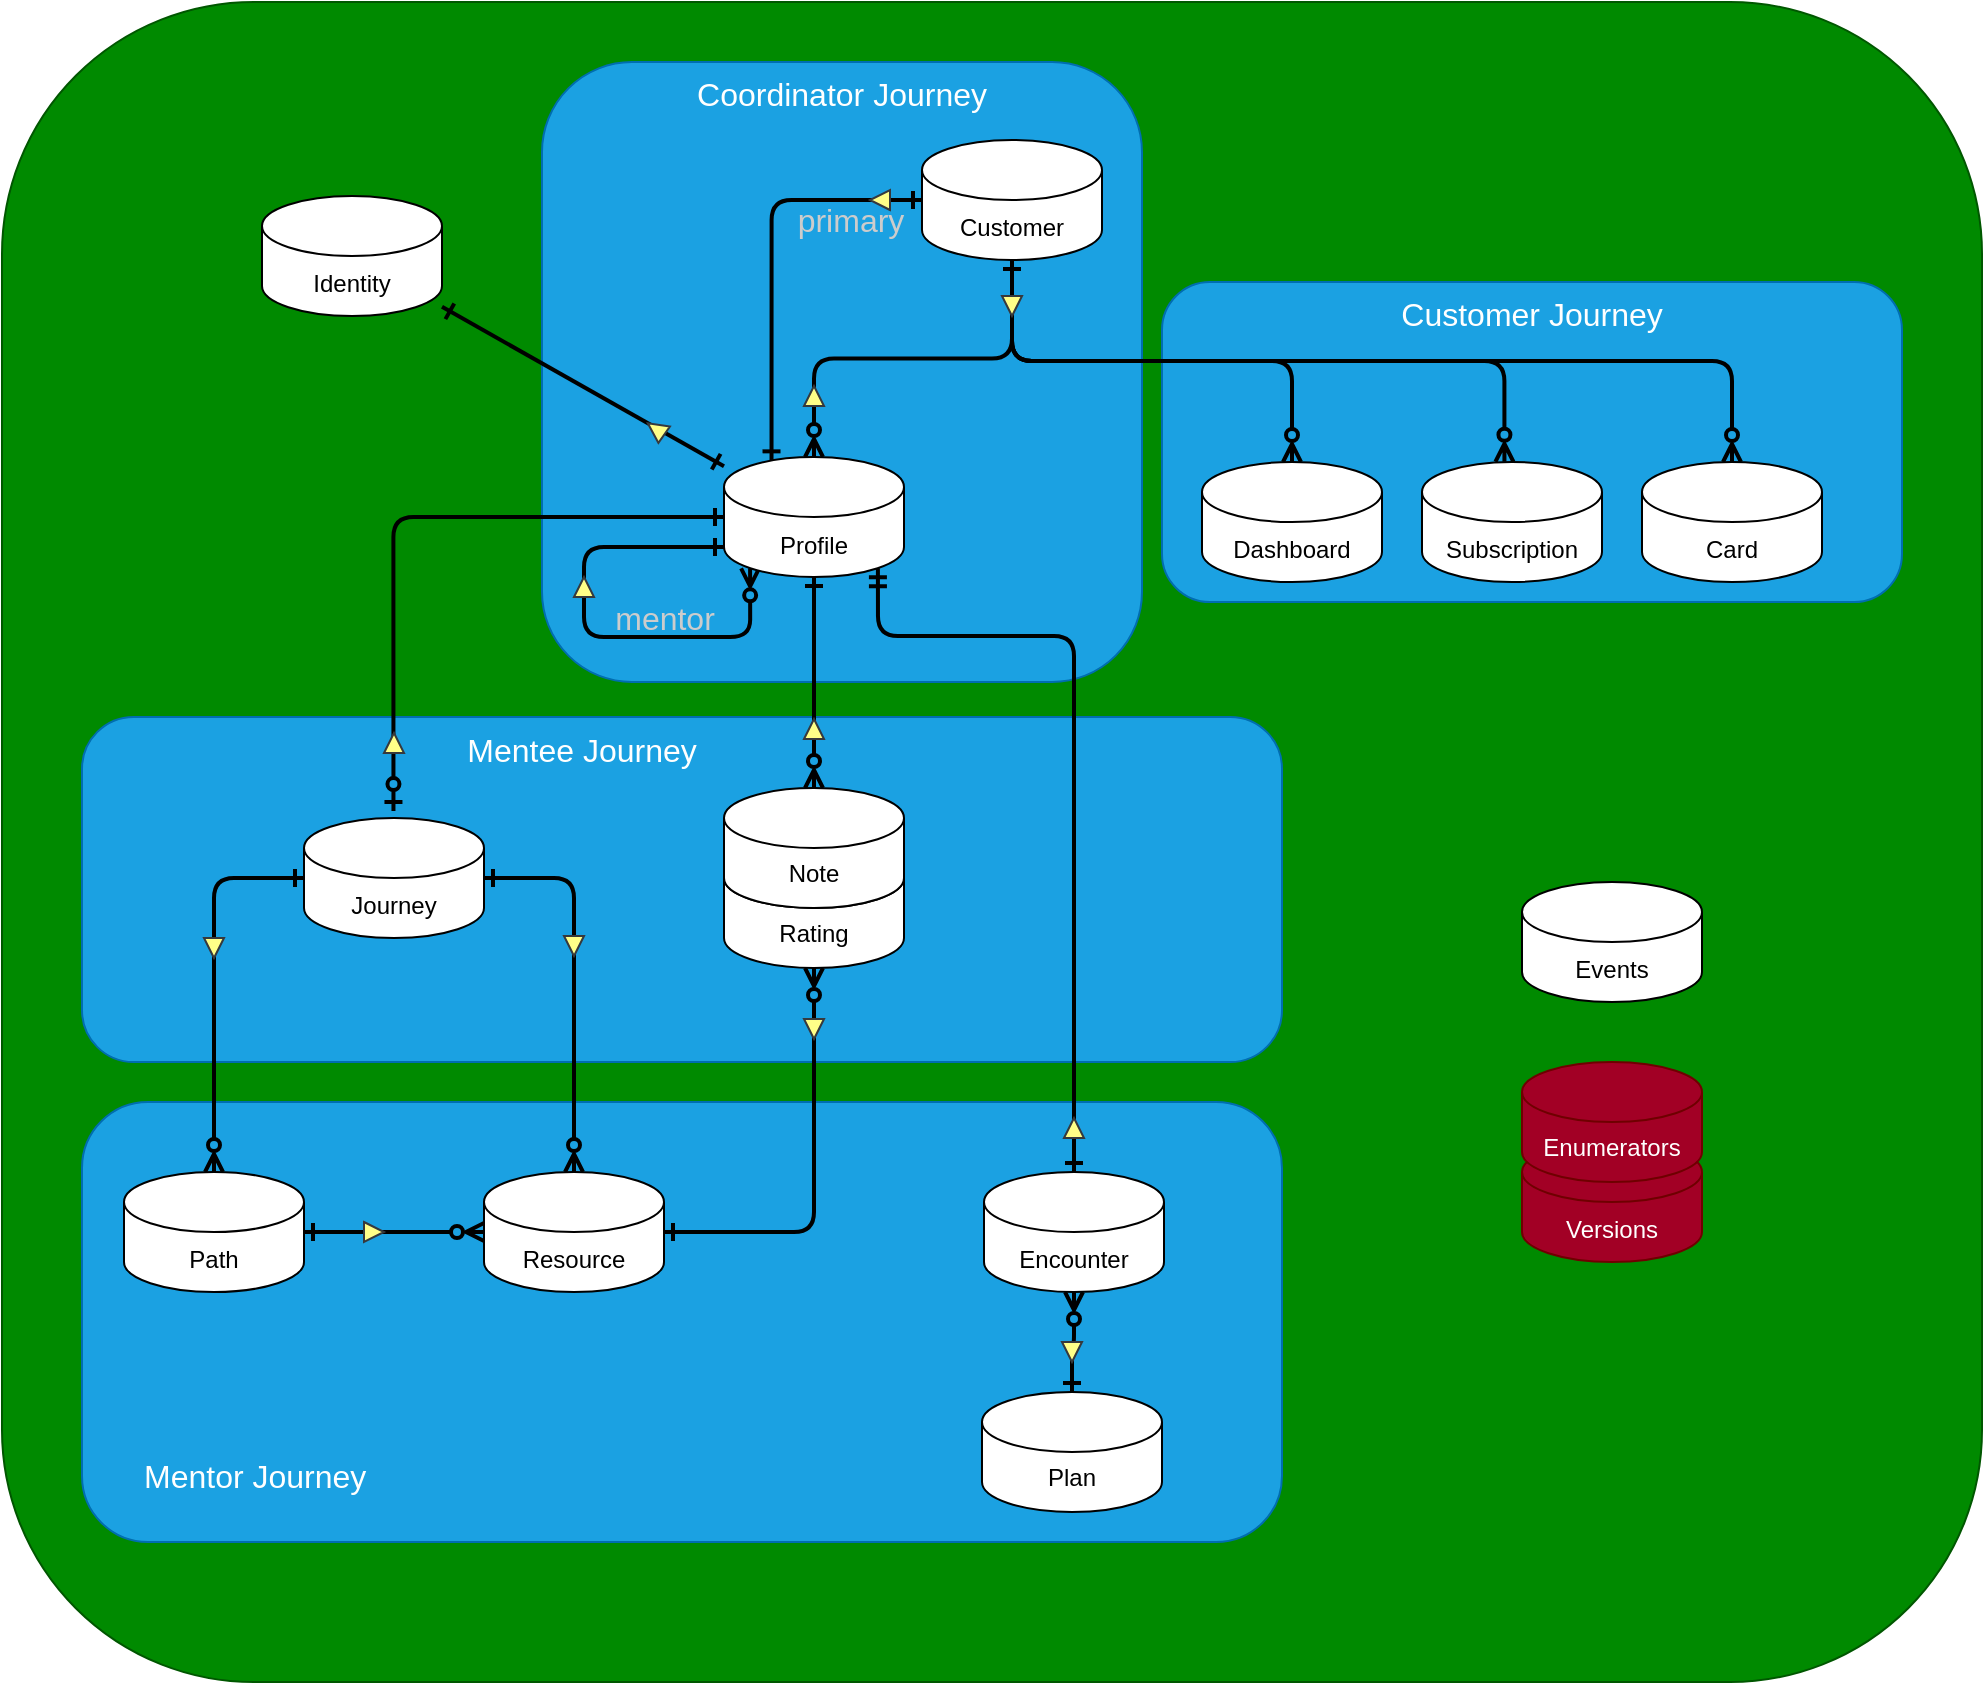
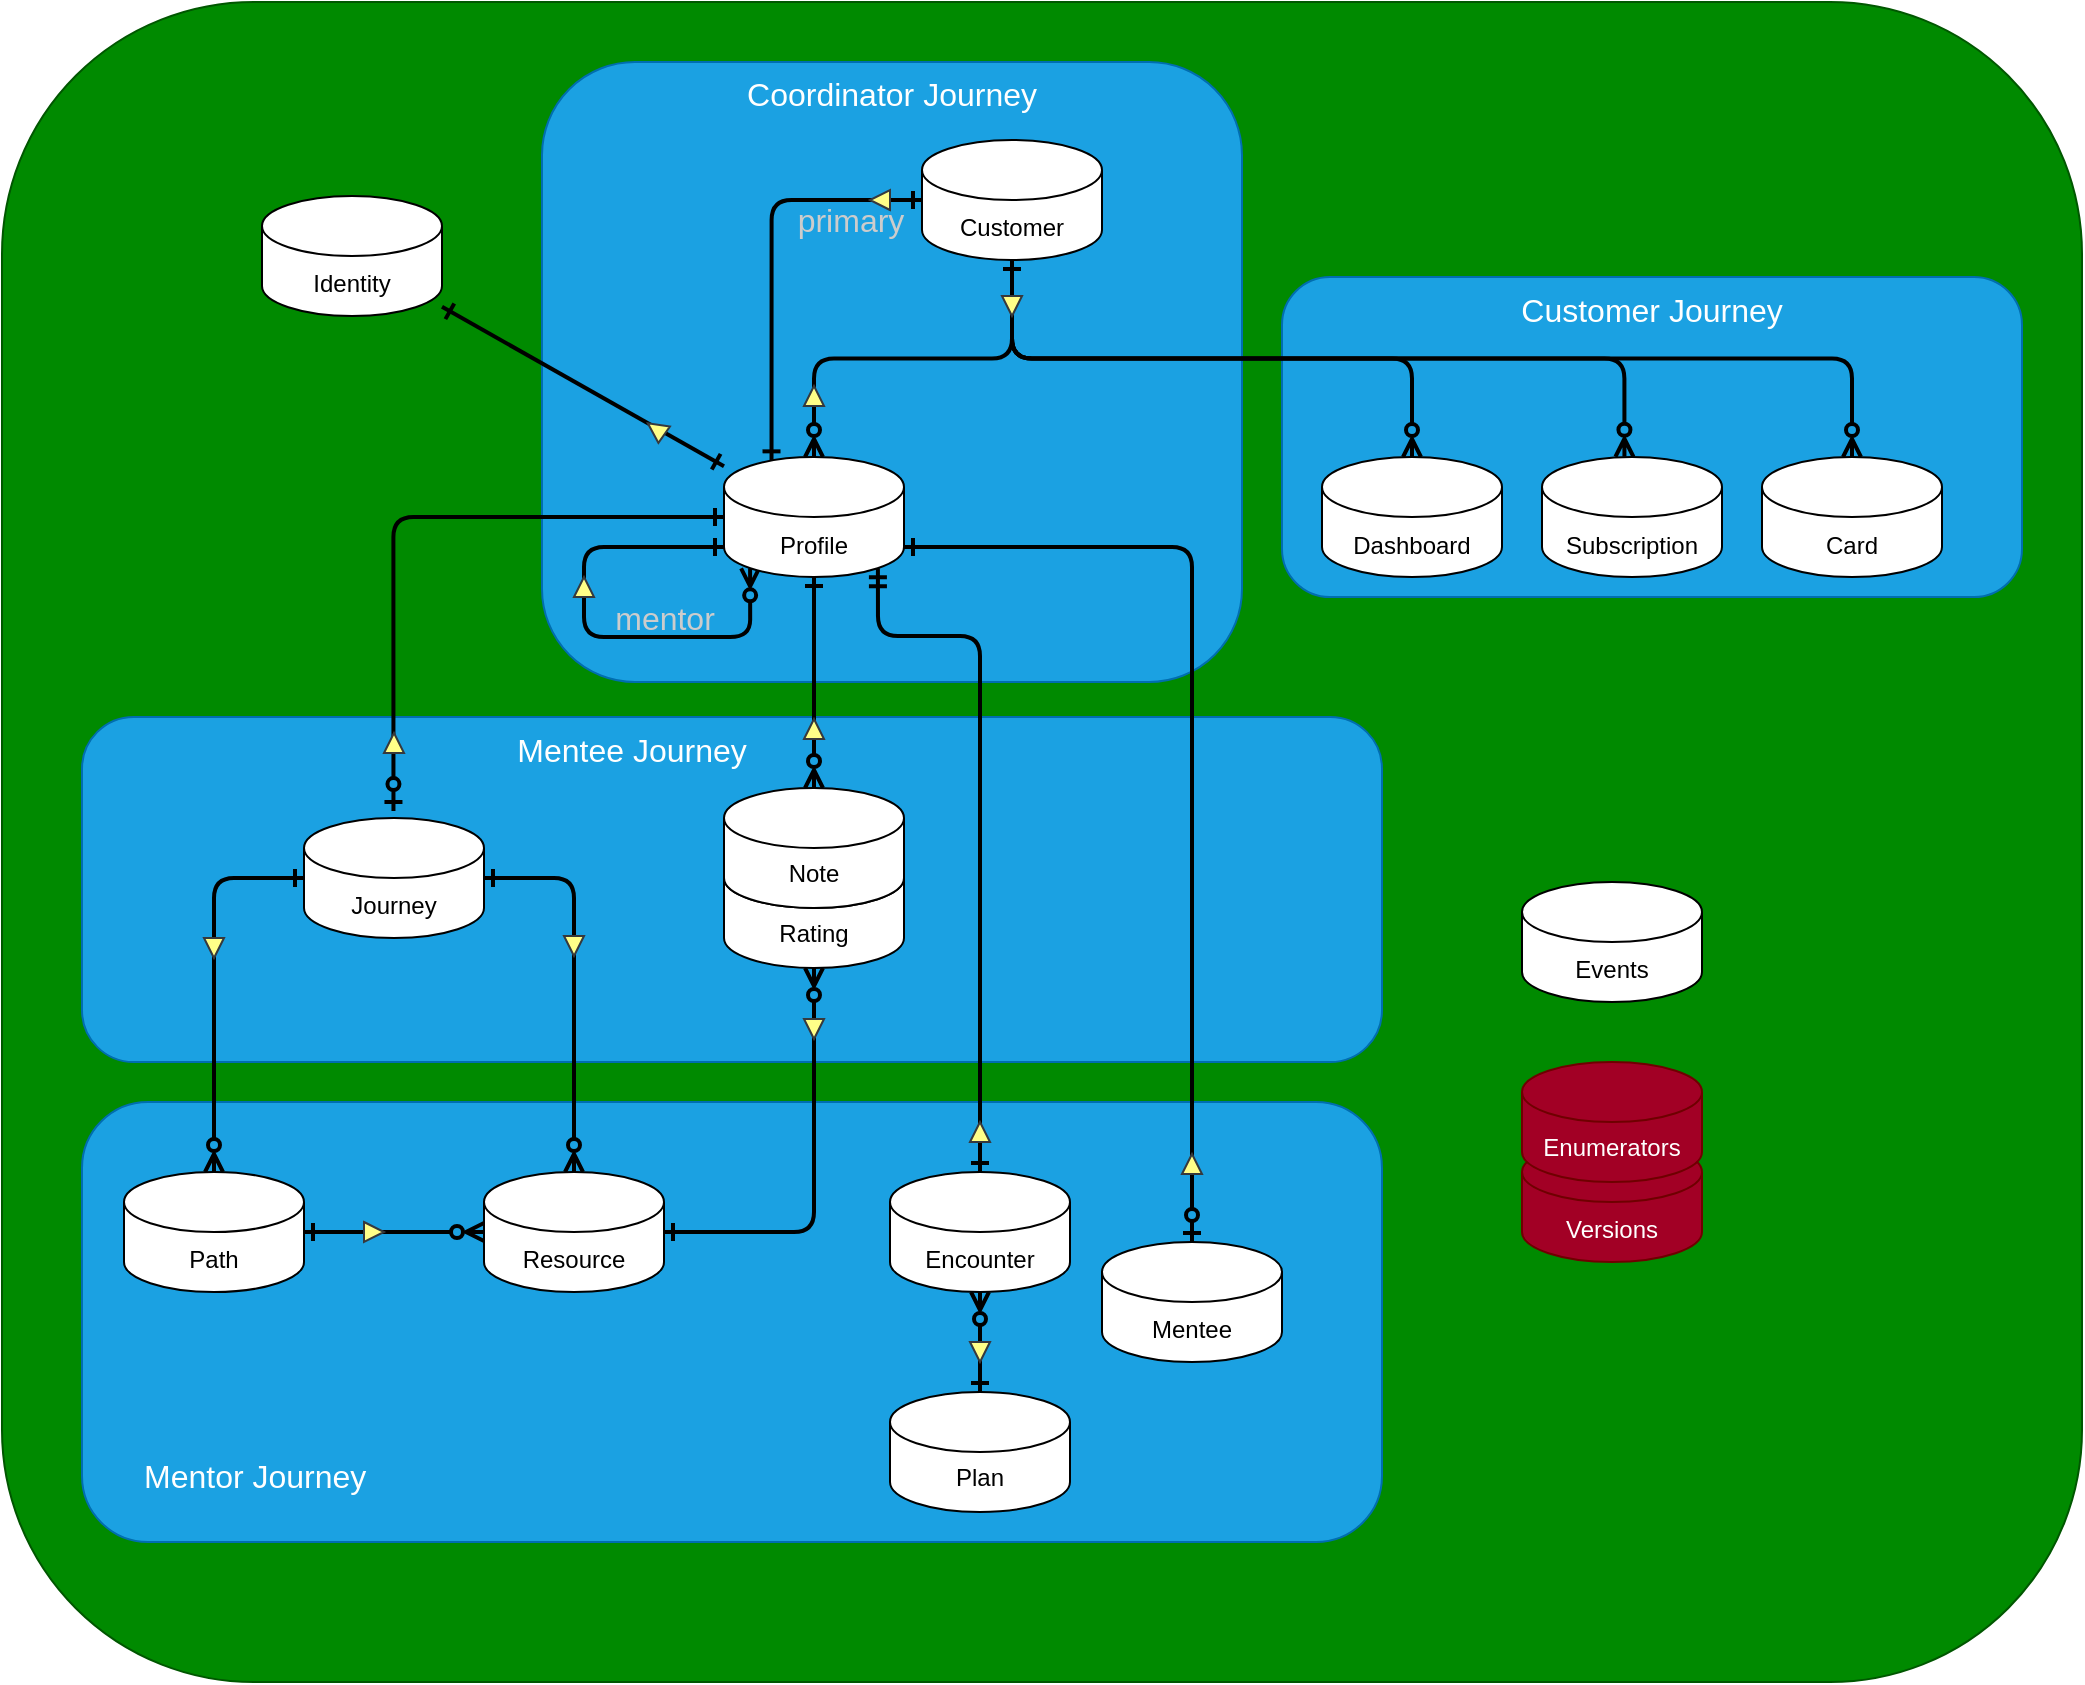
<mxfile host="65bd71144e">
    <diagram id="nsF3EkEgO6K0eGQtcs9W" name="Page-1">
-         <mxGraphModel dx="2948" dy="3243" grid="1" gridSize="10" guides="1" tooltips="1" connect="1" arrows="1" fold="1" page="1" pageScale="1" pageWidth="850" pageHeight="1100" math="0" shadow="0">
+         <mxGraphModel dx="3095" dy="3278" grid="1" gridSize="10" guides="1" tooltips="1" connect="1" arrows="1" fold="1" page="1" pageScale="1" pageWidth="850" pageHeight="1100" math="0" shadow="0">
            <root>
                <mxCell id="0"/>
                <mxCell id="1" parent="0"/>
-                 <mxCell id="32" value="" style="rounded=1;whiteSpace=wrap;html=1;fillColor=#008a00;strokeColor=#005700;fontColor=#ffffff;" vertex="1" parent="1">
-                     <mxGeometry x="-820" y="-2160" width="990" height="840" as="geometry"/>
+                 <mxCell id="32" value="" style="rounded=1;whiteSpace=wrap;html=1;fillColor=#008a00;strokeColor=#005700;fontColor=#ffffff;" parent="1" vertex="1">
+                     <mxGeometry x="-820" y="-2160" width="1040" height="840" as="geometry"/>
                </mxCell>
-                 <mxCell id="59" value="Mentor Journey" style="rounded=1;whiteSpace=wrap;html=1;fontSize=16;fillColor=#1ba1e2;strokeColor=#006EAF;fontColor=#ffffff;verticalAlign=bottom;spacingLeft=29;spacingBottom=21;align=left;" vertex="1" parent="1">
-                     <mxGeometry x="-780" y="-1610" width="600" height="220" as="geometry"/>
+                 <mxCell id="59" value="Mentor Journey" style="rounded=1;whiteSpace=wrap;html=1;fontSize=16;fillColor=#1ba1e2;strokeColor=#006EAF;fontColor=#ffffff;verticalAlign=bottom;spacingLeft=29;spacingBottom=21;align=left;" parent="1" vertex="1">
+                     <mxGeometry x="-780" y="-1610" width="650" height="220" as="geometry"/>
                </mxCell>
-                 <mxCell id="58" value="Mentee Journey" style="rounded=1;whiteSpace=wrap;html=1;fontSize=16;fillColor=#1ba1e2;strokeColor=#006EAF;fontColor=#ffffff;verticalAlign=top;spacingRight=100;" vertex="1" parent="1">
-                     <mxGeometry x="-780" y="-1802.5" width="600" height="172.5" as="geometry"/>
+                 <mxCell id="58" value="Mentee Journey" style="rounded=1;whiteSpace=wrap;html=1;fontSize=16;fillColor=#1ba1e2;strokeColor=#006EAF;fontColor=#ffffff;verticalAlign=top;spacingRight=100;" parent="1" vertex="1">
+                     <mxGeometry x="-780" y="-1802.5" width="650" height="172.5" as="geometry"/>
                </mxCell>
-                 <mxCell id="57" value="Coordinator Journey" style="rounded=1;whiteSpace=wrap;html=1;fontSize=16;fillColor=#1ba1e2;strokeColor=#006EAF;fontColor=#ffffff;verticalAlign=top;" vertex="1" parent="1">
-                     <mxGeometry x="-550" y="-2130" width="300" height="310" as="geometry"/>
+                 <mxCell id="57" value="Coordinator Journey" style="rounded=1;whiteSpace=wrap;html=1;fontSize=16;fillColor=#1ba1e2;strokeColor=#006EAF;fontColor=#ffffff;verticalAlign=top;" parent="1" vertex="1">
+                     <mxGeometry x="-550" y="-2130" width="350" height="310" as="geometry"/>
                </mxCell>
-                 <mxCell id="55" value="Customer Journey" style="rounded=1;whiteSpace=wrap;html=1;fontSize=16;fillColor=#1ba1e2;strokeColor=#006EAF;fontColor=#ffffff;verticalAlign=top;" vertex="1" parent="1">
-                     <mxGeometry x="-240" y="-2020" width="370" height="160" as="geometry"/>
+                 <mxCell id="55" value="Customer Journey" style="rounded=1;whiteSpace=wrap;html=1;fontSize=16;fillColor=#1ba1e2;strokeColor=#006EAF;fontColor=#ffffff;verticalAlign=top;" parent="1" vertex="1">
+                     <mxGeometry x="-180" y="-2022.5" width="370" height="160" as="geometry"/>
                </mxCell>
-                 <mxCell id="2" value="Dashboard" style="shape=cylinder3;whiteSpace=wrap;html=1;boundedLbl=1;backgroundOutline=1;size=15;spacingTop=3;" vertex="1" parent="1">
-                     <mxGeometry x="-220" y="-1930" width="90" height="60" as="geometry"/>
+                 <mxCell id="2" value="Dashboard" style="shape=cylinder3;whiteSpace=wrap;html=1;boundedLbl=1;backgroundOutline=1;size=15;spacingTop=3;" parent="1" vertex="1">
+                     <mxGeometry x="-160" y="-1932.5" width="90" height="60" as="geometry"/>
                </mxCell>
-                 <mxCell id="3" value="Events" style="shape=cylinder3;whiteSpace=wrap;html=1;boundedLbl=1;backgroundOutline=1;size=15;spacingTop=3;" vertex="1" parent="1">
+                 <mxCell id="3" value="Events" style="shape=cylinder3;whiteSpace=wrap;html=1;boundedLbl=1;backgroundOutline=1;size=15;spacingTop=3;" parent="1" vertex="1">
                    <mxGeometry x="-60" y="-1720" width="90" height="60" as="geometry"/>
                </mxCell>
-                 <mxCell id="21" style="edgeStyle=orthogonalEdgeStyle;html=1;exitX=0.5;exitY=1;exitDx=0;exitDy=0;exitPerimeter=0;entryX=1;entryY=0.5;entryDx=0;entryDy=0;entryPerimeter=0;strokeWidth=2;startArrow=ERzeroToMany;startFill=0;endArrow=ERone;endFill=0;" edge="1" parent="1" source="4" target="7">
+                 <mxCell id="21" style="edgeStyle=orthogonalEdgeStyle;html=1;exitX=0.5;exitY=1;exitDx=0;exitDy=0;exitPerimeter=0;entryX=1;entryY=0.5;entryDx=0;entryDy=0;entryPerimeter=0;strokeWidth=2;startArrow=ERzeroToMany;startFill=0;endArrow=ERone;endFill=0;" parent="1" source="4" target="7" edge="1">
                    <mxGeometry relative="1" as="geometry"/>
                </mxCell>
-                 <mxCell id="18" style="edgeStyle=orthogonalEdgeStyle;html=1;exitX=0;exitY=0.5;exitDx=0;exitDy=0;exitPerimeter=0;entryX=0.5;entryY=0;entryDx=0;entryDy=0;entryPerimeter=0;strokeWidth=2;startArrow=ERone;startFill=0;endArrow=ERzeroToMany;endFill=0;" edge="1" parent="1" source="6" target="8">
+                 <mxCell id="18" style="edgeStyle=orthogonalEdgeStyle;html=1;exitX=0;exitY=0.5;exitDx=0;exitDy=0;exitPerimeter=0;entryX=0.5;entryY=0;entryDx=0;entryDy=0;entryPerimeter=0;strokeWidth=2;startArrow=ERone;startFill=0;endArrow=ERzeroToMany;endFill=0;" parent="1" source="6" target="8" edge="1">
                    <mxGeometry relative="1" as="geometry"/>
                </mxCell>
-                 <mxCell id="19" style="edgeStyle=orthogonalEdgeStyle;html=1;exitX=1;exitY=0.5;exitDx=0;exitDy=0;exitPerimeter=0;entryX=0.5;entryY=0;entryDx=0;entryDy=0;entryPerimeter=0;strokeWidth=2;startArrow=ERone;startFill=0;endArrow=ERzeroToMany;endFill=0;" edge="1" parent="1" source="6" target="7">
+                 <mxCell id="19" style="edgeStyle=orthogonalEdgeStyle;html=1;exitX=1;exitY=0.5;exitDx=0;exitDy=0;exitPerimeter=0;entryX=0.5;entryY=0;entryDx=0;entryDy=0;entryPerimeter=0;strokeWidth=2;startArrow=ERone;startFill=0;endArrow=ERzeroToMany;endFill=0;" parent="1" source="6" target="7" edge="1">
                    <mxGeometry relative="1" as="geometry"/>
                </mxCell>
-                 <mxCell id="6" value="Journey" style="shape=cylinder3;whiteSpace=wrap;html=1;boundedLbl=1;backgroundOutline=1;size=15;spacingTop=3;" vertex="1" parent="1">
+                 <mxCell id="6" value="Journey" style="shape=cylinder3;whiteSpace=wrap;html=1;boundedLbl=1;backgroundOutline=1;size=15;spacingTop=3;" parent="1" vertex="1">
                    <mxGeometry x="-669" y="-1752" width="90" height="60" as="geometry"/>
                </mxCell>
-                 <mxCell id="7" value="Resource" style="shape=cylinder3;whiteSpace=wrap;html=1;boundedLbl=1;backgroundOutline=1;size=15;spacingTop=3;" vertex="1" parent="1">
+                 <mxCell id="7" value="Resource" style="shape=cylinder3;whiteSpace=wrap;html=1;boundedLbl=1;backgroundOutline=1;size=15;spacingTop=3;" parent="1" vertex="1">
                    <mxGeometry x="-579" y="-1575" width="90" height="60" as="geometry"/>
                </mxCell>
-                 <mxCell id="50" style="edgeStyle=orthogonalEdgeStyle;html=1;exitX=1;exitY=0.5;exitDx=0;exitDy=0;exitPerimeter=0;entryX=0;entryY=0.5;entryDx=0;entryDy=0;entryPerimeter=0;labelBackgroundColor=none;strokeWidth=2;fontSize=16;startArrow=ERone;startFill=0;endArrow=ERzeroToMany;endFill=0;" edge="1" parent="1" source="8" target="7">
+                 <mxCell id="50" style="edgeStyle=orthogonalEdgeStyle;html=1;exitX=1;exitY=0.5;exitDx=0;exitDy=0;exitPerimeter=0;entryX=0;entryY=0.5;entryDx=0;entryDy=0;entryPerimeter=0;labelBackgroundColor=none;strokeWidth=2;fontSize=16;startArrow=ERone;startFill=0;endArrow=ERzeroToMany;endFill=0;" parent="1" source="8" target="7" edge="1">
                    <mxGeometry relative="1" as="geometry"/>
                </mxCell>
-                 <mxCell id="8" value="Path" style="shape=cylinder3;whiteSpace=wrap;html=1;boundedLbl=1;backgroundOutline=1;size=15;spacingTop=3;" vertex="1" parent="1">
+                 <mxCell id="8" value="Path" style="shape=cylinder3;whiteSpace=wrap;html=1;boundedLbl=1;backgroundOutline=1;size=15;spacingTop=3;" parent="1" vertex="1">
                    <mxGeometry x="-759" y="-1575" width="90" height="60" as="geometry"/>
                </mxCell>
-                 <mxCell id="9" value="Card" style="shape=cylinder3;whiteSpace=wrap;html=1;boundedLbl=1;backgroundOutline=1;size=15;spacingTop=3;" vertex="1" parent="1">
-                     <mxGeometry y="-1930" width="90" height="60" as="geometry"/>
+                 <mxCell id="9" value="Card" style="shape=cylinder3;whiteSpace=wrap;html=1;boundedLbl=1;backgroundOutline=1;size=15;spacingTop=3;" parent="1" vertex="1">
+                     <mxGeometry x="60" y="-1932.5" width="90" height="60" as="geometry"/>
                </mxCell>
-                 <mxCell id="17" value="" style="edgeStyle=none;html=1;endArrow=ERone;endFill=0;startArrow=ERone;startFill=0;strokeWidth=2;" edge="1" parent="1" source="10" target="11">
+                 <mxCell id="17" value="" style="edgeStyle=none;html=1;endArrow=ERone;endFill=0;startArrow=ERone;startFill=0;strokeWidth=2;" parent="1" source="10" target="11" edge="1">
                    <mxGeometry relative="1" as="geometry"/>
                </mxCell>
-                 <mxCell id="10" value="Identity" style="shape=cylinder3;whiteSpace=wrap;html=1;boundedLbl=1;backgroundOutline=1;size=15;gradientColor=none;fillColor=default;spacingTop=3;" vertex="1" parent="1">
+                 <mxCell id="10" value="Identity" style="shape=cylinder3;whiteSpace=wrap;html=1;boundedLbl=1;backgroundOutline=1;size=15;gradientColor=none;fillColor=default;spacingTop=3;" parent="1" vertex="1">
                    <mxGeometry x="-690" y="-2063" width="90" height="60" as="geometry"/>
                </mxCell>
-                 <mxCell id="20" style="edgeStyle=orthogonalEdgeStyle;html=1;exitX=0;exitY=0.5;exitDx=0;exitDy=0;exitPerimeter=0;entryX=0.497;entryY=-0.058;entryDx=0;entryDy=0;entryPerimeter=0;strokeWidth=2;startArrow=ERone;startFill=0;endArrow=ERzeroToOne;endFill=0;" edge="1" parent="1" source="11" target="6">
+                 <mxCell id="20" style="edgeStyle=orthogonalEdgeStyle;html=1;exitX=0;exitY=0.5;exitDx=0;exitDy=0;exitPerimeter=0;entryX=0.497;entryY=-0.058;entryDx=0;entryDy=0;entryPerimeter=0;strokeWidth=2;startArrow=ERone;startFill=0;endArrow=ERzeroToOne;endFill=0;" parent="1" source="11" target="6" edge="1">
                    <mxGeometry relative="1" as="geometry"/>
                </mxCell>
-                 <mxCell id="22" style="edgeStyle=orthogonalEdgeStyle;html=1;exitX=0.5;exitY=1;exitDx=0;exitDy=0;exitPerimeter=0;entryX=0.5;entryY=0;entryDx=0;entryDy=0;entryPerimeter=0;strokeWidth=2;startArrow=ERone;startFill=0;endArrow=ERzeroToMany;endFill=0;" edge="1" parent="1" source="11" target="5">
+                 <mxCell id="22" style="edgeStyle=orthogonalEdgeStyle;html=1;exitX=0.5;exitY=1;exitDx=0;exitDy=0;exitPerimeter=0;entryX=0.5;entryY=0;entryDx=0;entryDy=0;entryPerimeter=0;strokeWidth=2;startArrow=ERone;startFill=0;endArrow=ERzeroToMany;endFill=0;" parent="1" source="11" target="5" edge="1">
                    <mxGeometry relative="1" as="geometry">
                        <mxPoint x="-404" y="-1852.5" as="sourcePoint"/>
                    </mxGeometry>
                </mxCell>
-                 <mxCell id="23" style="edgeStyle=orthogonalEdgeStyle;html=1;exitX=0.5;exitY=0;exitDx=0;exitDy=0;exitPerimeter=0;strokeWidth=2;startArrow=ERzeroToMany;startFill=0;endArrow=ERone;endFill=0;" edge="1" parent="1" source="11" target="15">
+                 <mxCell id="23" style="edgeStyle=orthogonalEdgeStyle;html=1;exitX=0.5;exitY=0;exitDx=0;exitDy=0;exitPerimeter=0;strokeWidth=2;startArrow=ERzeroToMany;startFill=0;endArrow=ERone;endFill=0;" parent="1" source="11" target="15" edge="1">
                    <mxGeometry relative="1" as="geometry"/>
                </mxCell>
-                 <mxCell id="34" value="mentor" style="edgeStyle=orthogonalEdgeStyle;html=1;labelBackgroundColor=none;strokeWidth=2;fontSize=16;startArrow=ERzeroToMany;startFill=0;endArrow=ERone;endFill=0;entryX=0;entryY=1;entryDx=0;entryDy=-15;entryPerimeter=0;exitX=0.145;exitY=1;exitDx=0;exitDy=-4.35;exitPerimeter=0;fontColor=#CCCCCC;" edge="1" parent="1" source="11" target="11">
+                 <mxCell id="34" value="mentor" style="edgeStyle=orthogonalEdgeStyle;html=1;labelBackgroundColor=none;strokeWidth=2;fontSize=16;startArrow=ERzeroToMany;startFill=0;endArrow=ERone;endFill=0;entryX=0;entryY=1;entryDx=0;entryDy=-15;entryPerimeter=0;exitX=0.145;exitY=1;exitDx=0;exitDy=-4.35;exitPerimeter=0;fontColor=#CCCCCC;" parent="1" source="11" target="11" edge="1">
                    <mxGeometry x="-0.3335" y="-10" relative="1" as="geometry">
                        <mxPoint x="-489" y="-1872.5" as="sourcePoint"/>
                        <Array as="points">
                            <mxPoint x="-446" y="-1842.5"/>
                            <mxPoint x="-529" y="-1842.5"/>
                            <mxPoint x="-529" y="-1887.5"/>
                        </Array>
                        <mxPoint as="offset"/>
                    </mxGeometry>
                </mxCell>
-                 <mxCell id="11" value="Profile" style="shape=cylinder3;whiteSpace=wrap;html=1;boundedLbl=1;backgroundOutline=1;size=15;spacingTop=3;" vertex="1" parent="1">
+                 <mxCell id="11" value="Profile" style="shape=cylinder3;whiteSpace=wrap;html=1;boundedLbl=1;backgroundOutline=1;size=15;spacingTop=3;" parent="1" vertex="1">
                    <mxGeometry x="-459" y="-1932.5" width="90" height="60" as="geometry"/>
                </mxCell>
-                 <mxCell id="12" value="Encounter" style="shape=cylinder3;whiteSpace=wrap;html=1;boundedLbl=1;backgroundOutline=1;size=15;spacingTop=3;" vertex="1" parent="1">
-                     <mxGeometry x="-329" y="-1575" width="90" height="60" as="geometry"/>
+                 <mxCell id="12" value="Encounter" style="shape=cylinder3;whiteSpace=wrap;html=1;boundedLbl=1;backgroundOutline=1;size=15;spacingTop=3;" parent="1" vertex="1">
+                     <mxGeometry x="-376" y="-1575" width="90" height="60" as="geometry"/>
                </mxCell>
-                 <mxCell id="30" style="edgeStyle=orthogonalEdgeStyle;html=1;exitX=0.5;exitY=0;exitDx=0;exitDy=0;exitPerimeter=0;entryX=0.5;entryY=1;entryDx=0;entryDy=0;entryPerimeter=0;strokeWidth=2;startArrow=ERone;startFill=0;endArrow=ERzeroToMany;endFill=0;" edge="1" parent="1" source="13" target="12">
+                 <mxCell id="30" style="edgeStyle=orthogonalEdgeStyle;html=1;exitX=0.5;exitY=0;exitDx=0;exitDy=0;exitPerimeter=0;entryX=0.5;entryY=1;entryDx=0;entryDy=0;entryPerimeter=0;strokeWidth=2;startArrow=ERone;startFill=0;endArrow=ERzeroToMany;endFill=0;" parent="1" source="13" target="12" edge="1">
                    <mxGeometry relative="1" as="geometry"/>
                </mxCell>
-                 <mxCell id="13" value="Plan" style="shape=cylinder3;whiteSpace=wrap;html=1;boundedLbl=1;backgroundOutline=1;size=15;" vertex="1" parent="1">
-                     <mxGeometry x="-330" y="-1465" width="90" height="60" as="geometry"/>
+                 <mxCell id="13" value="Plan" style="shape=cylinder3;whiteSpace=wrap;html=1;boundedLbl=1;backgroundOutline=1;size=15;" parent="1" vertex="1">
+                     <mxGeometry x="-376" y="-1465" width="90" height="60" as="geometry"/>
                </mxCell>
-                 <mxCell id="14" value="Subscription" style="shape=cylinder3;whiteSpace=wrap;html=1;boundedLbl=1;backgroundOutline=1;size=15;spacingTop=3;" vertex="1" parent="1">
-                     <mxGeometry x="-110" y="-1930" width="90" height="60" as="geometry"/>
+                 <mxCell id="14" value="Subscription" style="shape=cylinder3;whiteSpace=wrap;html=1;boundedLbl=1;backgroundOutline=1;size=15;spacingTop=3;" parent="1" vertex="1">
+                     <mxGeometry x="-50" y="-1932.5" width="90" height="60" as="geometry"/>
                </mxCell>
-                 <mxCell id="24" style="edgeStyle=orthogonalEdgeStyle;html=1;exitX=0.5;exitY=1;exitDx=0;exitDy=0;exitPerimeter=0;entryX=0.5;entryY=0;entryDx=0;entryDy=0;entryPerimeter=0;strokeWidth=2;startArrow=ERone;startFill=0;endArrow=ERzeroToMany;endFill=0;" edge="1" parent="1" source="15" target="2">
+                 <mxCell id="24" style="edgeStyle=orthogonalEdgeStyle;html=1;exitX=0.5;exitY=1;exitDx=0;exitDy=0;exitPerimeter=0;entryX=0.5;entryY=0;entryDx=0;entryDy=0;entryPerimeter=0;strokeWidth=2;startArrow=ERone;startFill=0;endArrow=ERzeroToMany;endFill=0;" parent="1" source="15" target="2" edge="1">
                    <mxGeometry relative="1" as="geometry"/>
                </mxCell>
-                 <mxCell id="25" style="edgeStyle=orthogonalEdgeStyle;html=1;entryX=0.458;entryY=-0.002;entryDx=0;entryDy=0;entryPerimeter=0;strokeWidth=2;startArrow=ERone;startFill=0;endArrow=ERzeroToMany;endFill=0;exitX=0.5;exitY=1;exitDx=0;exitDy=0;exitPerimeter=0;" edge="1" parent="1" source="15" target="14">
+                 <mxCell id="25" style="edgeStyle=orthogonalEdgeStyle;html=1;entryX=0.458;entryY=-0.002;entryDx=0;entryDy=0;entryPerimeter=0;strokeWidth=2;startArrow=ERone;startFill=0;endArrow=ERzeroToMany;endFill=0;exitX=0.5;exitY=1;exitDx=0;exitDy=0;exitPerimeter=0;" parent="1" source="15" target="14" edge="1">
                    <mxGeometry relative="1" as="geometry">
                        <mxPoint x="-250" y="-2010" as="sourcePoint"/>
                    </mxGeometry>
                </mxCell>
-                 <mxCell id="26" value="" style="edgeStyle=orthogonalEdgeStyle;html=1;exitX=0.5;exitY=1;exitDx=0;exitDy=0;exitPerimeter=0;entryX=0.5;entryY=0;entryDx=0;entryDy=0;entryPerimeter=0;strokeWidth=2;startArrow=ERone;startFill=0;endArrow=ERzeroToMany;endFill=0;fontSize=32;labelBackgroundColor=none;" edge="1" parent="1" source="15" target="9">
+                 <mxCell id="26" value="" style="edgeStyle=orthogonalEdgeStyle;html=1;exitX=0.5;exitY=1;exitDx=0;exitDy=0;exitPerimeter=0;entryX=0.5;entryY=0;entryDx=0;entryDy=0;entryPerimeter=0;strokeWidth=2;startArrow=ERone;startFill=0;endArrow=ERzeroToMany;endFill=0;fontSize=32;labelBackgroundColor=none;" parent="1" source="15" target="9" edge="1">
                    <mxGeometry relative="1" as="geometry"/>
                </mxCell>
-                 <mxCell id="33" value="&lt;span style=&quot;font-size: 16px;&quot;&gt;primary&lt;/span&gt;" style="edgeStyle=orthogonalEdgeStyle;html=1;exitX=0;exitY=0.5;exitDx=0;exitDy=0;exitPerimeter=0;labelBackgroundColor=none;strokeWidth=2;fontSize=32;startArrow=ERone;startFill=0;endArrow=ERone;endFill=0;entryX=0.264;entryY=0.028;entryDx=0;entryDy=0;entryPerimeter=0;spacingTop=9;fontColor=#CCCCCC;" edge="1" parent="1" source="15" target="11">
+                 <mxCell id="33" value="&lt;span style=&quot;font-size: 16px;&quot;&gt;primary&lt;/span&gt;" style="edgeStyle=orthogonalEdgeStyle;html=1;exitX=0;exitY=0.5;exitDx=0;exitDy=0;exitPerimeter=0;labelBackgroundColor=none;strokeWidth=2;fontSize=32;startArrow=ERone;startFill=0;endArrow=ERone;endFill=0;entryX=0.264;entryY=0.028;entryDx=0;entryDy=0;entryPerimeter=0;spacingTop=9;fontColor=#CCCCCC;" parent="1" source="15" target="11" edge="1">
                    <mxGeometry x="-0.6489" relative="1" as="geometry">
                        <Array as="points"/>
                        <mxPoint as="offset"/>
                    </mxGeometry>
                </mxCell>
-                 <mxCell id="15" value="Customer" style="shape=cylinder3;whiteSpace=wrap;html=1;boundedLbl=1;backgroundOutline=1;size=15;spacingTop=3;" vertex="1" parent="1">
+                 <mxCell id="15" value="Customer" style="shape=cylinder3;whiteSpace=wrap;html=1;boundedLbl=1;backgroundOutline=1;size=15;spacingTop=3;" parent="1" vertex="1">
                    <mxGeometry x="-360" y="-2091" width="90" height="60" as="geometry"/>
                </mxCell>
-                 <mxCell id="27" value="" style="group;spacingTop=3;" vertex="1" connectable="0" parent="1">
+                 <mxCell id="27" value="" style="group;spacingTop=3;" parent="1" vertex="1" connectable="0">
                    <mxGeometry x="-459" y="-1767" width="90" height="90" as="geometry"/>
                </mxCell>
-                 <mxCell id="4" value="Rating" style="shape=cylinder3;whiteSpace=wrap;html=1;boundedLbl=1;backgroundOutline=1;size=15;" vertex="1" parent="27">
+                 <mxCell id="4" value="Rating" style="shape=cylinder3;whiteSpace=wrap;html=1;boundedLbl=1;backgroundOutline=1;size=15;" parent="27" vertex="1">
                    <mxGeometry y="30" width="90" height="60" as="geometry"/>
                </mxCell>
-                 <mxCell id="5" value="Note" style="shape=cylinder3;whiteSpace=wrap;html=1;boundedLbl=1;backgroundOutline=1;size=15;" vertex="1" parent="27">
+                 <mxCell id="5" value="Note" style="shape=cylinder3;whiteSpace=wrap;html=1;boundedLbl=1;backgroundOutline=1;size=15;" parent="27" vertex="1">
                    <mxGeometry width="90" height="60" as="geometry"/>
                </mxCell>
-                 <mxCell id="35" value="Versions" style="shape=cylinder3;whiteSpace=wrap;html=1;boundedLbl=1;backgroundOutline=1;size=15;fillColor=#a20025;strokeColor=#6F0000;fontColor=#ffffff;spacingTop=3;" vertex="1" parent="1">
+                 <mxCell id="35" value="Versions" style="shape=cylinder3;whiteSpace=wrap;html=1;boundedLbl=1;backgroundOutline=1;size=15;fillColor=#a20025;strokeColor=#6F0000;fontColor=#ffffff;spacingTop=3;" parent="1" vertex="1">
                    <mxGeometry x="-60" y="-1590" width="90" height="60" as="geometry"/>
                </mxCell>
-                 <mxCell id="36" value="Enumerators" style="shape=cylinder3;whiteSpace=wrap;html=1;boundedLbl=1;backgroundOutline=1;size=15;fillColor=#a20025;strokeColor=#6F0000;fontColor=#ffffff;" vertex="1" parent="1">
+                 <mxCell id="36" value="Enumerators" style="shape=cylinder3;whiteSpace=wrap;html=1;boundedLbl=1;backgroundOutline=1;size=15;fillColor=#a20025;strokeColor=#6F0000;fontColor=#ffffff;" parent="1" vertex="1">
                    <mxGeometry x="-60" y="-1630" width="90" height="60" as="geometry"/>
                </mxCell>
-                 <mxCell id="37" value="" style="triangle;whiteSpace=wrap;html=1;fontSize=16;fillColor=#ffff88;strokeColor=#36393d;rotation=-180;points=[];" vertex="1" parent="1">
+                 <mxCell id="37" value="" style="triangle;whiteSpace=wrap;html=1;fontSize=16;fillColor=#ffff88;strokeColor=#36393d;rotation=-180;points=[];" parent="1" vertex="1">
                    <mxGeometry x="-386" y="-2066" width="10" height="10" as="geometry"/>
                </mxCell>
-                 <mxCell id="42" value="" style="triangle;whiteSpace=wrap;html=1;fontSize=16;fillColor=#ffff88;strokeColor=#36393d;rotation=90;points=[];" vertex="1" parent="1">
+                 <mxCell id="42" value="" style="triangle;whiteSpace=wrap;html=1;fontSize=16;fillColor=#ffff88;strokeColor=#36393d;rotation=90;points=[];" parent="1" vertex="1">
                    <mxGeometry x="-320" y="-2013" width="10" height="10" as="geometry"/>
                </mxCell>
-                 <mxCell id="45" value="" style="triangle;whiteSpace=wrap;html=1;fontSize=16;fillColor=#ffff88;strokeColor=#36393d;rotation=-90;points=[];" vertex="1" parent="1">
+                 <mxCell id="45" value="" style="triangle;whiteSpace=wrap;html=1;fontSize=16;fillColor=#ffff88;strokeColor=#36393d;rotation=-90;points=[];" parent="1" vertex="1">
                    <mxGeometry x="-419" y="-1801.5" width="10" height="10" as="geometry"/>
                </mxCell>
-                 <mxCell id="46" value="" style="triangle;whiteSpace=wrap;html=1;fontSize=16;fillColor=#ffff88;strokeColor=#36393d;rotation=90;points=[];" vertex="1" parent="1">
+                 <mxCell id="46" value="" style="triangle;whiteSpace=wrap;html=1;fontSize=16;fillColor=#ffff88;strokeColor=#36393d;rotation=90;points=[];" parent="1" vertex="1">
                    <mxGeometry x="-419" y="-1651.5" width="10" height="10" as="geometry"/>
                </mxCell>
-                 <mxCell id="47" value="" style="triangle;whiteSpace=wrap;html=1;fontSize=16;fillColor=#ffff88;strokeColor=#36393d;rotation=90;points=[];" vertex="1" parent="1">
-                     <mxGeometry x="-290" y="-1490" width="10" height="10" as="geometry"/>
+                 <mxCell id="47" value="" style="triangle;whiteSpace=wrap;html=1;fontSize=16;fillColor=#ffff88;strokeColor=#36393d;rotation=90;points=[];" parent="1" vertex="1">
+                     <mxGeometry x="-336" y="-1490" width="10" height="10" as="geometry"/>
                </mxCell>
-                 <mxCell id="48" value="" style="triangle;whiteSpace=wrap;html=1;fontSize=16;fillColor=#ffff88;strokeColor=#36393d;rotation=90;points=[];" vertex="1" parent="1">
+                 <mxCell id="48" value="" style="triangle;whiteSpace=wrap;html=1;fontSize=16;fillColor=#ffff88;strokeColor=#36393d;rotation=90;points=[];" parent="1" vertex="1">
                    <mxGeometry x="-539" y="-1693" width="10" height="10" as="geometry"/>
                </mxCell>
-                 <mxCell id="49" value="" style="triangle;whiteSpace=wrap;html=1;fontSize=16;fillColor=#ffff88;strokeColor=#36393d;rotation=90;points=[];" vertex="1" parent="1">
+                 <mxCell id="49" value="" style="triangle;whiteSpace=wrap;html=1;fontSize=16;fillColor=#ffff88;strokeColor=#36393d;rotation=90;points=[];" parent="1" vertex="1">
                    <mxGeometry x="-719" y="-1692" width="10" height="10" as="geometry"/>
                </mxCell>
-                 <mxCell id="51" value="" style="triangle;whiteSpace=wrap;html=1;fontSize=16;fillColor=#ffff88;strokeColor=#36393d;rotation=0;points=[];" vertex="1" parent="1">
+                 <mxCell id="51" value="" style="triangle;whiteSpace=wrap;html=1;fontSize=16;fillColor=#ffff88;strokeColor=#36393d;rotation=0;points=[];" parent="1" vertex="1">
                    <mxGeometry x="-639" y="-1550" width="10" height="10" as="geometry"/>
                </mxCell>
-                 <mxCell id="52" value="" style="triangle;whiteSpace=wrap;html=1;fontSize=16;fillColor=#ffff88;strokeColor=#36393d;rotation=-90;points=[];" vertex="1" parent="1">
+                 <mxCell id="52" value="" style="triangle;whiteSpace=wrap;html=1;fontSize=16;fillColor=#ffff88;strokeColor=#36393d;rotation=-90;points=[];" parent="1" vertex="1">
                    <mxGeometry x="-629" y="-1794.5" width="10" height="10" as="geometry"/>
                </mxCell>
-                 <mxCell id="53" value="" style="triangle;whiteSpace=wrap;html=1;fontSize=16;fillColor=#ffff88;strokeColor=#36393d;rotation=-90;points=[];" vertex="1" parent="1">
+                 <mxCell id="53" value="" style="triangle;whiteSpace=wrap;html=1;fontSize=16;fillColor=#ffff88;strokeColor=#36393d;rotation=-90;points=[];" parent="1" vertex="1">
                    <mxGeometry x="-534" y="-1872.5" width="10" height="10" as="geometry"/>
                </mxCell>
-                 <mxCell id="54" value="" style="triangle;whiteSpace=wrap;html=1;fontSize=16;fillColor=#ffff88;strokeColor=#36393d;rotation=-145;points=[];" vertex="1" parent="1">
+                 <mxCell id="54" value="" style="triangle;whiteSpace=wrap;html=1;fontSize=16;fillColor=#ffff88;strokeColor=#36393d;rotation=-145;points=[];" parent="1" vertex="1">
                    <mxGeometry x="-498" y="-1951.5" width="10" height="10" as="geometry"/>
                </mxCell>
-                 <mxCell id="31" style="edgeStyle=orthogonalEdgeStyle;html=1;exitX=0.855;exitY=1;exitDx=0;exitDy=-4.35;exitPerimeter=0;entryX=0.5;entryY=0;entryDx=0;entryDy=0;entryPerimeter=0;strokeWidth=2;startArrow=ERmandOne;startFill=0;endArrow=ERone;endFill=0;" edge="1" parent="1" source="11" target="12">
+                 <mxCell id="31" style="edgeStyle=orthogonalEdgeStyle;html=1;entryX=0.5;entryY=0;entryDx=0;entryDy=0;entryPerimeter=0;strokeWidth=2;startArrow=ERmandOne;startFill=0;endArrow=ERone;endFill=0;exitX=0.855;exitY=1;exitDx=0;exitDy=-4.35;exitPerimeter=0;" parent="1" source="11" target="12" edge="1">
                    <mxGeometry relative="1" as="geometry">
                        <Array as="points">
                            <mxPoint x="-382" y="-1843"/>
-                             <mxPoint x="-284" y="-1843"/>
+                             <mxPoint x="-331" y="-1843"/>
                        </Array>
                    </mxGeometry>
                </mxCell>
-                 <mxCell id="43" value="" style="triangle;whiteSpace=wrap;html=1;fontSize=16;fillColor=#ffff88;strokeColor=#36393d;rotation=-90;points=[];" vertex="1" parent="1">
-                     <mxGeometry x="-289" y="-1602" width="10" height="10" as="geometry"/>
+                 <mxCell id="43" value="" style="triangle;whiteSpace=wrap;html=1;fontSize=16;fillColor=#ffff88;strokeColor=#36393d;rotation=-90;points=[];" parent="1" vertex="1">
+                     <mxGeometry x="-336" y="-1600" width="10" height="10" as="geometry"/>
                </mxCell>
-                 <mxCell id="60" value="" style="triangle;whiteSpace=wrap;html=1;fontSize=16;fillColor=#ffff88;strokeColor=#36393d;rotation=-90;points=[];" vertex="1" parent="1">
+                 <mxCell id="60" value="" style="triangle;whiteSpace=wrap;html=1;fontSize=16;fillColor=#ffff88;strokeColor=#36393d;rotation=-90;points=[];" parent="1" vertex="1">
                    <mxGeometry x="-419" y="-1968" width="10" height="10" as="geometry"/>
+                 </mxCell>
+                 <mxCell id="61" value="Mentee" style="shape=cylinder3;whiteSpace=wrap;html=1;boundedLbl=1;backgroundOutline=1;size=15;spacingTop=3;" vertex="1" parent="1">
+                     <mxGeometry x="-270" y="-1540" width="90" height="60" as="geometry"/>
+                 </mxCell>
+                 <mxCell id="62" value="" style="edgeStyle=orthogonalEdgeStyle;html=1;endArrow=ERzeroToOne;endFill=0;startArrow=ERone;startFill=0;strokeWidth=2;entryX=0.5;entryY=0;entryDx=0;entryDy=0;entryPerimeter=0;exitX=1;exitY=1;exitDx=0;exitDy=-15;exitPerimeter=0;" edge="1" parent="1" source="11" target="61">
+                     <mxGeometry relative="1" as="geometry">
+                         <mxPoint x="-590" y="-1997.577922077922" as="sourcePoint"/>
+                         <mxPoint x="-449" y="-1917.922077922078" as="targetPoint"/>
+                         <Array as="points">
+                             <mxPoint x="-225" y="-1887"/>
+                         </Array>
+                     </mxGeometry>
+                 </mxCell>
+                 <mxCell id="63" value="" style="triangle;whiteSpace=wrap;html=1;fontSize=16;fillColor=#ffff88;strokeColor=#36393d;rotation=-90;points=[];" vertex="1" parent="1">
+                     <mxGeometry x="-230" y="-1584" width="10" height="10" as="geometry"/>
                </mxCell>
            </root>
        </mxGraphModel>
    </diagram>
</mxfile>